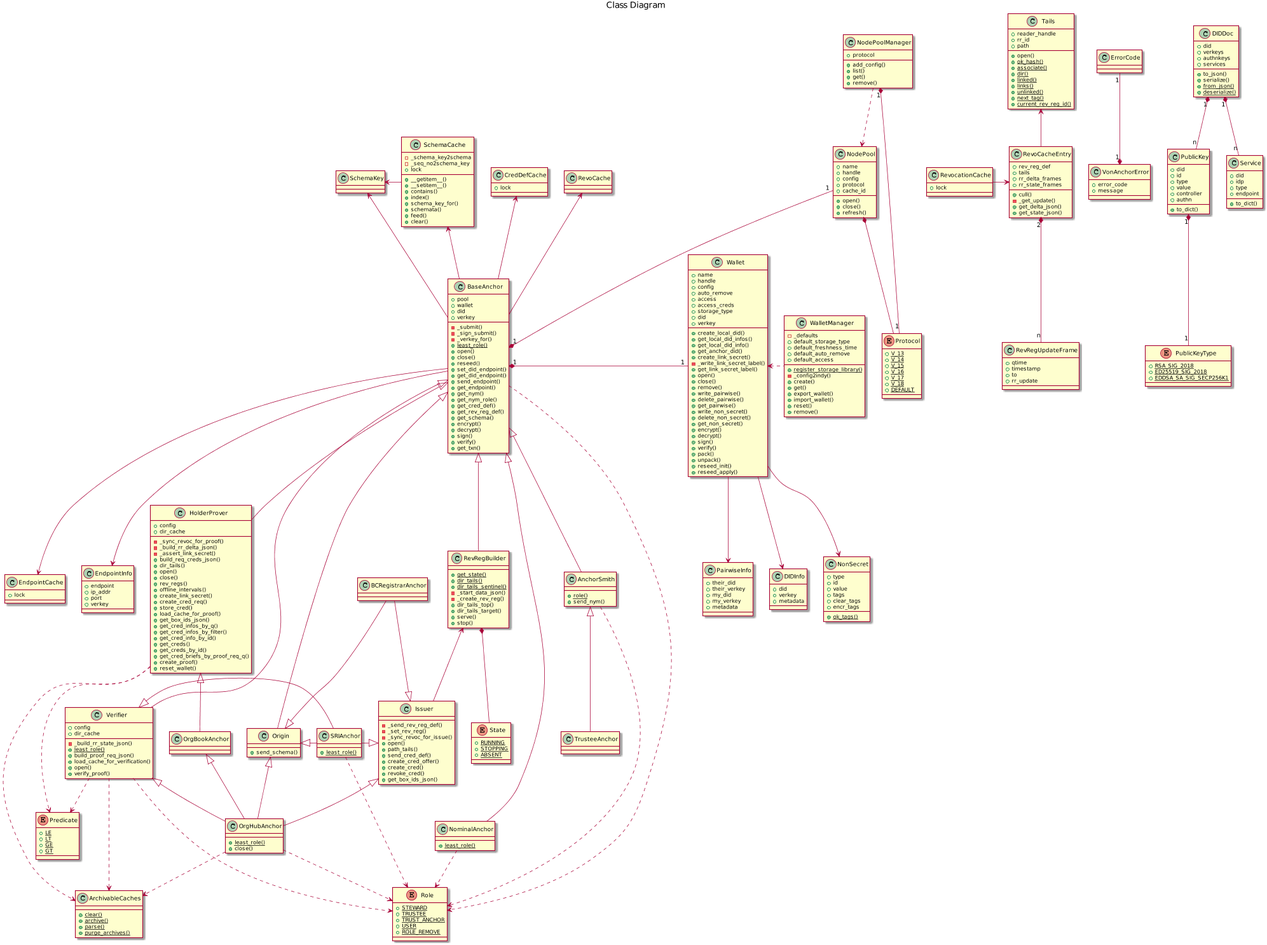
This is docs/source/pic/class.png from PSPC-SPAC-buyandsell/von_anchor, a PlantUML export, as it was before one commit.
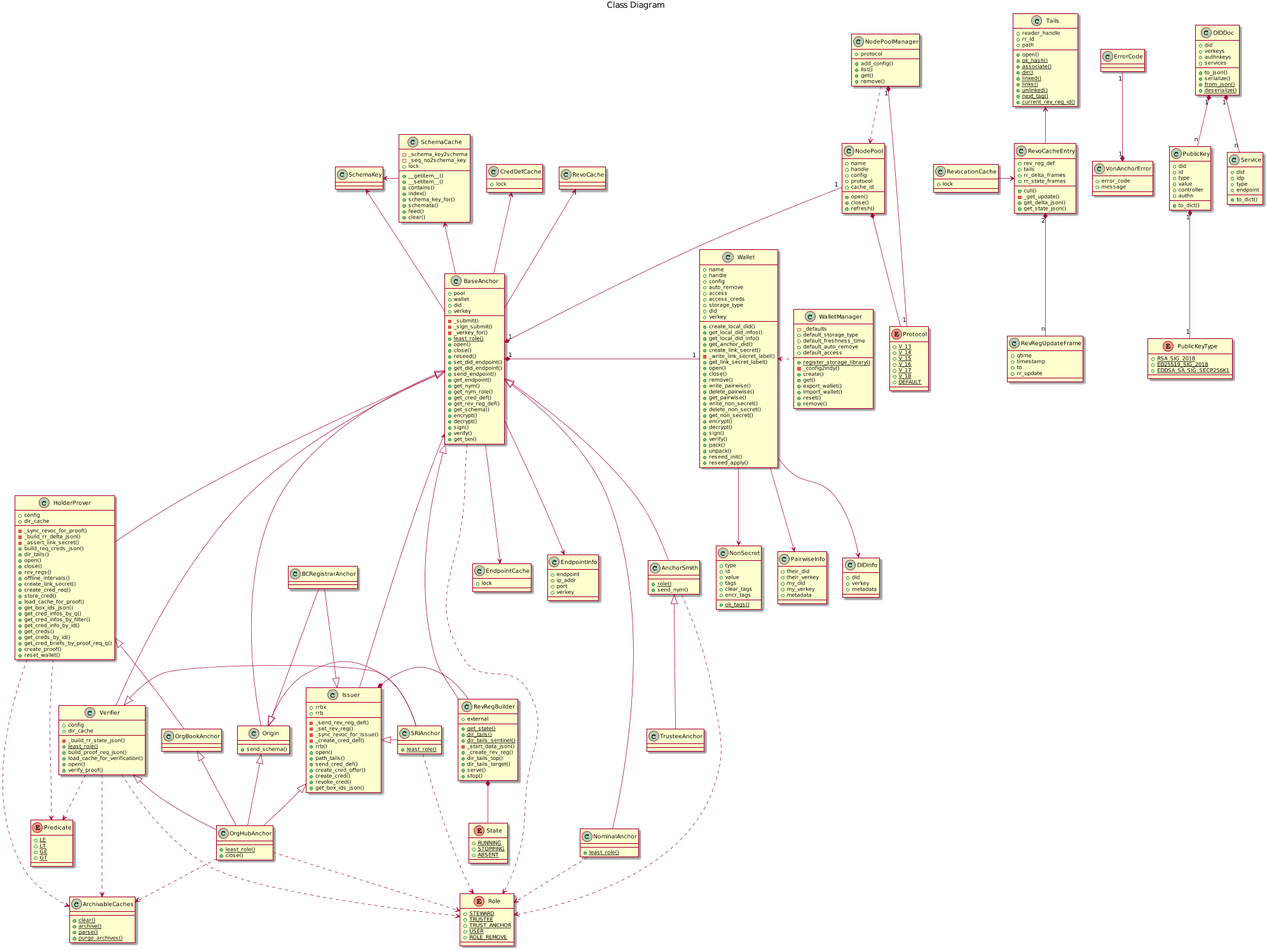
Above is the later version.

The edit, as a diff of the source:
```diff
@@ -250,7 +250,8 @@
     {static} +dir_tails()
     {static} +dir_tails_sentinel()
     -_start_data_json()
-    -_create_rev_reg()
+    +external
+    +_create_rev_reg()
     +dir_tails_top()
     +dir_tails_target()
     +serve()
@@ -267,6 +268,10 @@
     -_send_rev_reg_def()
     -_set_rev_reg()
     -_sync_revoc_for_issue()
+    -_create_cred_def()
+    +rrbx
+    +rrb
+    +rrb()
     +open()
     +path_tails()
     +send_cred_def()
@@ -409,7 +414,8 @@
 
 AnchorSmith <|-down- TrusteeAnchor
 BaseAnchor <|-down- RevRegBuilder
-RevRegBuilder <-- Issuer
+BaseAnchor <-- Issuer
+Issuer *- RevRegBuilder
 
 Origin <|-left- SRIAnchor
 Issuer <|-left- SRIAnchor
```
